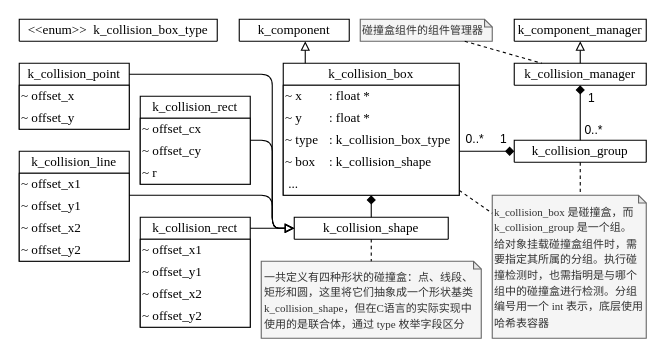
Before: page "碰撞盒" (14 of 19) of k_game/docs/drawio/k_game.drawio in szdxdxdx/k_game, a draw.io diagram. Source tidied: cells renumbered, new cells numbered last; positions are measured from the earlier drawing's top-left corner, leaving out a move shared by most shapes. Both pictures are drawn from the tidied source at 110%, with x=0, y=0 at pixel (19, 19).
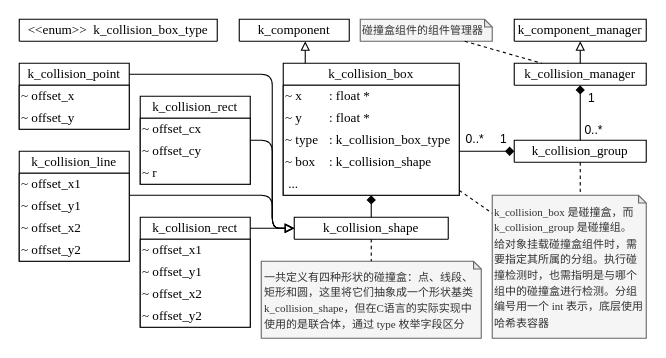
The same diagram, later.

Change to the diagram source:
```diff
@@
-    <mxCell id="74" value="&lt;span style=&quot;font-size: 10px;&quot;&gt;k_collision_box 是碰撞盒，而k_collision_group 是一个组。&lt;br&gt;给对象挂载碰撞盒组件时，需要指定其所属的分组。执行碰撞检测时，也需指明是与哪个组中的碰撞盒进行检测。分组编号用一个 int 表示，底层使用哈希表容器&lt;br&gt;&lt;/span&gt;" style="shape=note;whiteSpace=wrap;html=1;backgroundOutline=1;darkOpacity=0.05;size=7;fillColor=#f5f5f5;fontColor=#333333;strokeColor=#666666;spacingLeft=2;align=left;spacingRight=2;spacing=0;fontFamily=Times New Roman;" parent="1" vertex="1">
+    <mxCell id="74" value="&lt;span style=&quot;font-size: 10px;&quot;&gt;k_collision_box 是碰撞盒，而k_collision_group 是碰撞组。&lt;br&gt;给对象挂载碰撞盒组件时，需要指定其所属的分组。执行碰撞检测时，也需指明是与哪个组中的碰撞盒进行检测。分组编号用一个 int 表示，底层使用哈希表容器&lt;br&gt;&lt;/span&gt;" style="shape=note;whiteSpace=wrap;html=1;backgroundOutline=1;darkOpacity=0.05;size=7;fillColor=#f5f5f5;fontColor=#333333;strokeColor=#666666;spacingLeft=2;align=left;spacingRight=2;spacing=0;fontFamily=Times New Roman;" parent="1" vertex="1">
       <mxGeometry x="430" y="160" width="140" height="130" as="geometry" />
     </mxCell>
```
